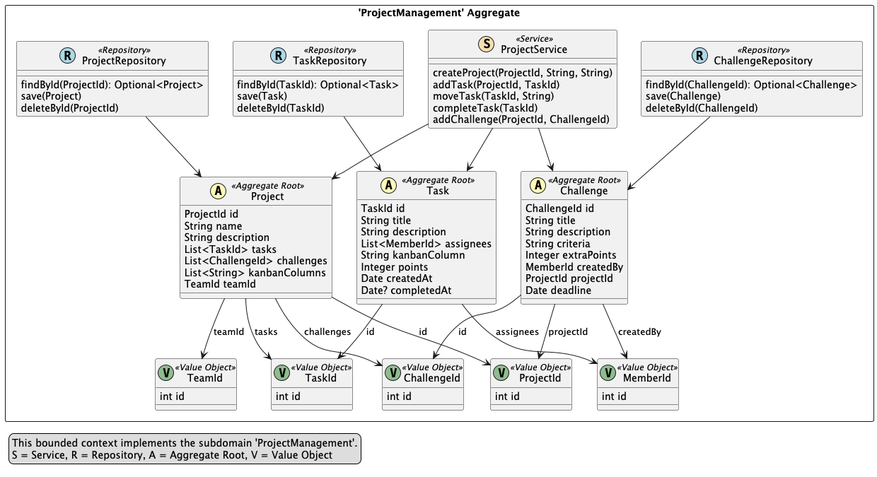
This is docs/context-mapper/images/ProjectManagement.png from brunoribeirol/jira-gamificado, a PlantUML export, as it was before one commit. Its diagram source:
```plantuml
@startuml

!define ENTITY(x) class x << (E,#FFAAAA) >>
!define VALUE_OBJECT(x) class x << (V,#FFDD55) >>
!define SERVICE(x) class x << (S,#BBEEBB) >>
!define REPOSITORY(x) class x << (R,#BBDDEE) >>


skinparam componentStyle uml2

package "'ProjectManagement' Aggregate" <<Rectangle>> {

    class Project <<(A,#fffab8) Aggregate Root>> {
        ProjectId id
        String name
        String description
        List<TaskId> tasks
        List<ChallengeId> challenges
        List<String> kanbanColumns
        TeamId teamId
    }

    class Task <<(A,#fffab8) Aggregate Root>> {
        TaskId id
        String title
        String description
        List<MemberId> assignees
        String kanbanColumn
        Integer points
        Date createdAt
        Date? completedAt
    }

    class Challenge <<(A,#fffab8) Aggregate Root>> {
        ChallengeId id
        String title
        String description
        String criteria
        Integer extraPoints
        MemberId createdBy
        ProjectId projectId
        Date deadline
    }

    class ProjectId <<(V,DarkSeaGreen) Value Object>> {
        int id
    }

    class TaskId <<(V,DarkSeaGreen) Value Object>> {
        int id
    }

    class ChallengeId <<(V,DarkSeaGreen) Value Object>> {
        int id
    }

    class TeamId <<(V,DarkSeaGreen) Value Object>> {
        int id
    }

    class MemberId <<(V,DarkSeaGreen) Value Object>> {
        int id
    }

    class ProjectRepository <<(R,LightBlue) Repository>> {
        findById(ProjectId): Optional<Project>
        save(Project)
        deleteById(ProjectId)
    }

    class TaskRepository <<(R,LightBlue) Repository>> {
        findById(TaskId): Optional<Task>
        save(Task)
        deleteById(TaskId)
    }

    class ChallengeRepository <<(R,LightBlue) Repository>> {
        findById(ChallengeId): Optional<Challenge>
        save(Challenge)
        deleteById(ChallengeId)
    }

    class ProjectService <<(S,Wheat) Service>> {
        createProject(ProjectId, String, String)
        addTask(ProjectId, TaskId)
        moveTask(TaskId, String)
        completeTask(TaskId)
        addChallenge(ProjectId, ChallengeId)
    }

    Project --> ProjectId : id
    Project --> TaskId : tasks
    Project --> ChallengeId : challenges
    Project --> TeamId : teamId

    Task --> TaskId : id
    Task --> MemberId : assignees

    Challenge --> ChallengeId : id
    Challenge --> MemberId : createdBy
    Challenge --> ProjectId : projectId

    ProjectRepository --> Project
    TaskRepository --> Task
    ChallengeRepository --> Challenge

    ProjectService --> Project
    ProjectService --> Task
    ProjectService --> Challenge
}

legend left
  This bounded context implements the subdomain 'ProjectManagement'.
  S = Service, R = Repository, A = Aggregate Root, V = Value Object
end legend

@enduml
```
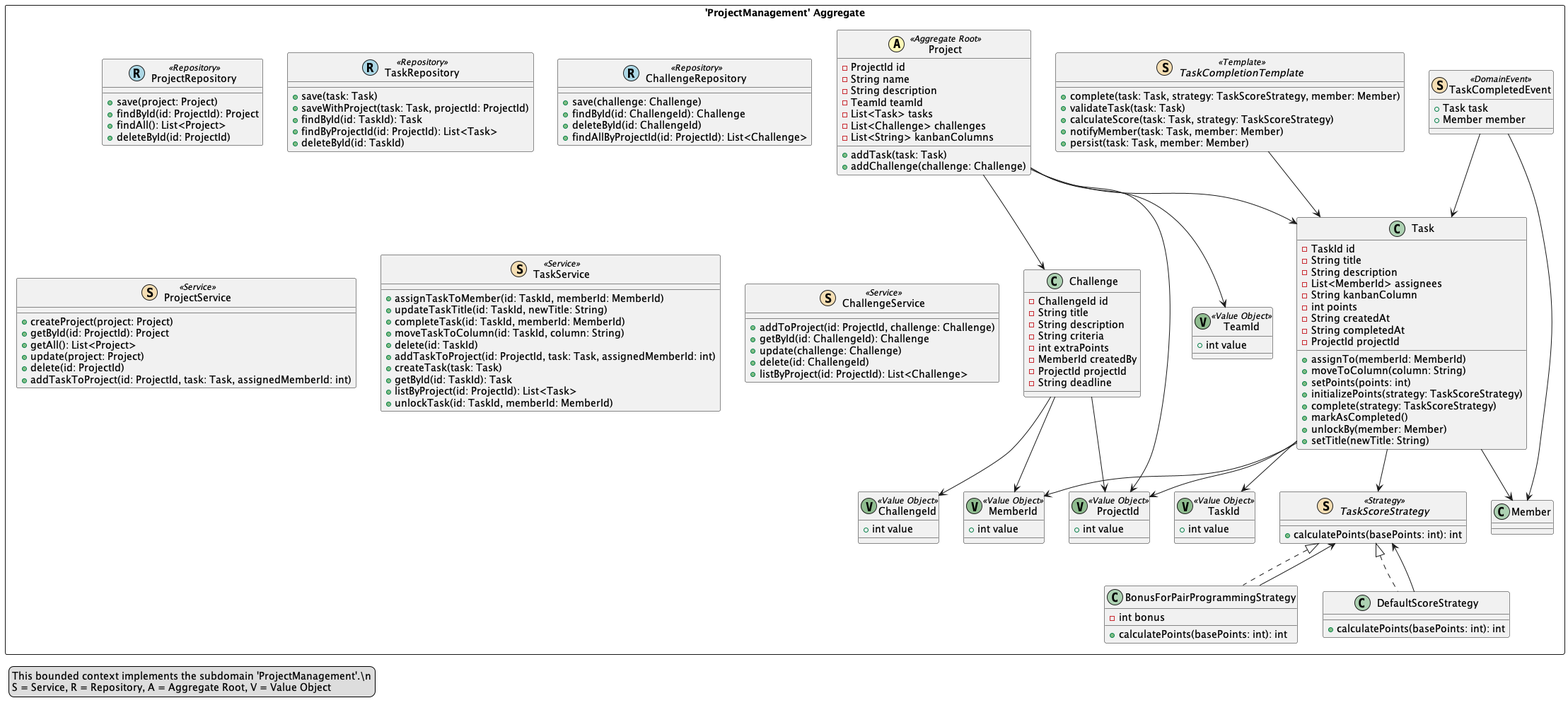
Later version of the same file.

The edit, as a diff of the source:
```diff
@@ -1,117 +1,177 @@
 @startuml
-
-!define ENTITY(x) class x << (E,#FFAAAA) >>
-!define VALUE_OBJECT(x) class x << (V,#FFDD55) >>
-!define SERVICE(x) class x << (S,#BBEEBB) >>
-!define REPOSITORY(x) class x << (R,#BBDDEE) >>
-
-
 skinparam componentStyle uml2
 
 package "'ProjectManagement' Aggregate" <<Rectangle>> {
 
     class Project <<(A,#fffab8) Aggregate Root>> {
-        ProjectId id
-        String name
-        String description
-        List<TaskId> tasks
-        List<ChallengeId> challenges
-        List<String> kanbanColumns
-        TeamId teamId
+        - ProjectId id
+        - String name
+        - String description
+        - TeamId teamId
+        - List<Task> tasks
+        - List<Challenge> challenges
+        - List<String> kanbanColumns
+
+        + addTask(task: Task)
+        + addChallenge(challenge: Challenge)
     }
 
-    class Task <<(A,#fffab8) Aggregate Root>> {
-        TaskId id
-        String title
-        String description
-        List<MemberId> assignees
-        String kanbanColumn
-        Integer points
-        Date createdAt
-        Date? completedAt
+    class Task {
+        - TaskId id
+        - String title
+        - String description
+        - List<MemberId> assignees
+        - String kanbanColumn
+        - int points
+        - String createdAt
+        - String completedAt
+        - ProjectId projectId
+
+        + assignTo(memberId: MemberId)
+        + moveToColumn(column: String)
+        + setPoints(points: int)
+        + initializePoints(strategy: TaskScoreStrategy)
+        + complete(strategy: TaskScoreStrategy)
+        + markAsCompleted()
+        + unlockBy(member: Member)
+        + setTitle(newTitle: String)
     }
 
-    class Challenge <<(A,#fffab8) Aggregate Root>> {
-        ChallengeId id
-        String title
-        String description
-        String criteria
-        Integer extraPoints
-        MemberId createdBy
-        ProjectId projectId
-        Date deadline
+    class Challenge {
+        - ChallengeId id
+        - String title
+        - String description
+        - String criteria
+        - int extraPoints
+        - MemberId createdBy
+        - ProjectId projectId
+        - String deadline
     }
 
     class ProjectId <<(V,DarkSeaGreen) Value Object>> {
-        int id
+        + int value
     }
 
     class TaskId <<(V,DarkSeaGreen) Value Object>> {
-        int id
+        + int value
     }
 
     class ChallengeId <<(V,DarkSeaGreen) Value Object>> {
-        int id
+        + int value
     }
 
     class TeamId <<(V,DarkSeaGreen) Value Object>> {
-        int id
+        + int value
     }
 
     class MemberId <<(V,DarkSeaGreen) Value Object>> {
-        int id
+        + int value
+    }
+
+    interface TaskScoreStrategy <<(S,Wheat) Strategy>> {
+        + calculatePoints(basePoints: int): int
+    }
+
+    class BonusForPairProgrammingStrategy implements TaskScoreStrategy {
+        - int bonus
+        + calculatePoints(basePoints: int): int
+    }
+
+    class DefaultScoreStrategy implements TaskScoreStrategy {
+        + calculatePoints(basePoints: int): int
+    }
+
+    abstract class TaskCompletionTemplate <<(S,Wheat) Template>> {
+        + complete(task: Task, strategy: TaskScoreStrategy, member: Member)
+        + validateTask(task: Task)
+        + calculateScore(task: Task, strategy: TaskScoreStrategy)
+        + notifyMember(task: Task, member: Member)
+        + persist(task: Task, member: Member)
+    }
+
+    class TaskCompletedEvent <<(S,Wheat) DomainEvent>> {
+        + Task task
+        + Member member
     }
 
     class ProjectRepository <<(R,LightBlue) Repository>> {
-        findById(ProjectId): Optional<Project>
-        save(Project)
-        deleteById(ProjectId)
+        + save(project: Project)
+        + findById(id: ProjectId): Project
+        + findAll(): List<Project>
+        + deleteById(id: ProjectId)
     }
 
     class TaskRepository <<(R,LightBlue) Repository>> {
-        findById(TaskId): Optional<Task>
-        save(Task)
-        deleteById(TaskId)
+        + save(task: Task)
+        + saveWithProject(task: Task, projectId: ProjectId)
+        + findById(id: TaskId): Task
+        + findByProjectId(id: ProjectId): List<Task>
+        + deleteById(id: TaskId)
     }
 
     class ChallengeRepository <<(R,LightBlue) Repository>> {
-        findById(ChallengeId): Optional<Challenge>
-        save(Challenge)
-        deleteById(ChallengeId)
+        + save(challenge: Challenge)
+        + findById(id: ChallengeId): Challenge
+        + deleteById(id: ChallengeId)
+        + findAllByProjectId(id: ProjectId): List<Challenge>
     }
 
     class ProjectService <<(S,Wheat) Service>> {
-        createProject(ProjectId, String, String)
-        addTask(ProjectId, TaskId)
-        moveTask(TaskId, String)
-        completeTask(TaskId)
-        addChallenge(ProjectId, ChallengeId)
+        + createProject(project: Project)
+        + getById(id: ProjectId): Project
+        + getAll(): List<Project>
+        + update(project: Project)
+        + delete(id: ProjectId)
+        + addTaskToProject(id: ProjectId, task: Task, assignedMemberId: int)
     }
 
-    Project --> ProjectId : id
-    Project --> TaskId : tasks
-    Project --> ChallengeId : challenges
-    Project --> TeamId : teamId
+    class TaskService <<(S,Wheat) Service>> {
+        + assignTaskToMember(id: TaskId, memberId: MemberId)
+        + updateTaskTitle(id: TaskId, newTitle: String)
+        + completeTask(id: TaskId, memberId: MemberId)
+        + moveTaskToColumn(id: TaskId, column: String)
+        + delete(id: TaskId)
+        + addTaskToProject(id: ProjectId, task: Task, assignedMemberId: int)
+        + createTask(task: Task)
+        + getById(id: TaskId): Task
+        + listByProject(id: ProjectId): List<Task>
+        + unlockTask(id: TaskId, memberId: MemberId)
+    }
 
-    Task --> TaskId : id
-    Task --> MemberId : assignees
+    class ChallengeService <<(S,Wheat) Service>> {
+        + addToProject(id: ProjectId, challenge: Challenge)
+        + getById(id: ChallengeId): Challenge
+        + update(challenge: Challenge)
+        + delete(id: ChallengeId)
+        + listByProject(id: ProjectId): List<Challenge>
+    }
 
-    Challenge --> ChallengeId : id
-    Challenge --> MemberId : createdBy
-    Challenge --> ProjectId : projectId
+    Project --> ProjectId
+    Project --> Task
+    Project --> Challenge
+    Project --> TeamId
 
-    ProjectRepository --> Project
-    TaskRepository --> Task
-    ChallengeRepository --> Challenge
+    Task --> TaskId
+    Task --> MemberId
+    Task --> ProjectId
 
-    ProjectService --> Project
-    ProjectService --> Task
-    ProjectService --> Challenge
+    Challenge --> ChallengeId
+    Challenge --> MemberId
+    Challenge --> ProjectId
+
+    Task --> TaskScoreStrategy
+    Task --> Member
+
+    BonusForPairProgrammingStrategy --> TaskScoreStrategy
+    DefaultScoreStrategy --> TaskScoreStrategy
+
+    TaskCompletionTemplate --> Task
+    TaskCompletedEvent --> Task
+    TaskCompletedEvent --> Member
 }
 
 legend left
-  This bounded context implements the subdomain 'ProjectManagement'.
+  This bounded context implements the subdomain 'ProjectManagement'.\n
   S = Service, R = Repository, A = Aggregate Root, V = Value Object
 end legend
-
 @enduml
```
